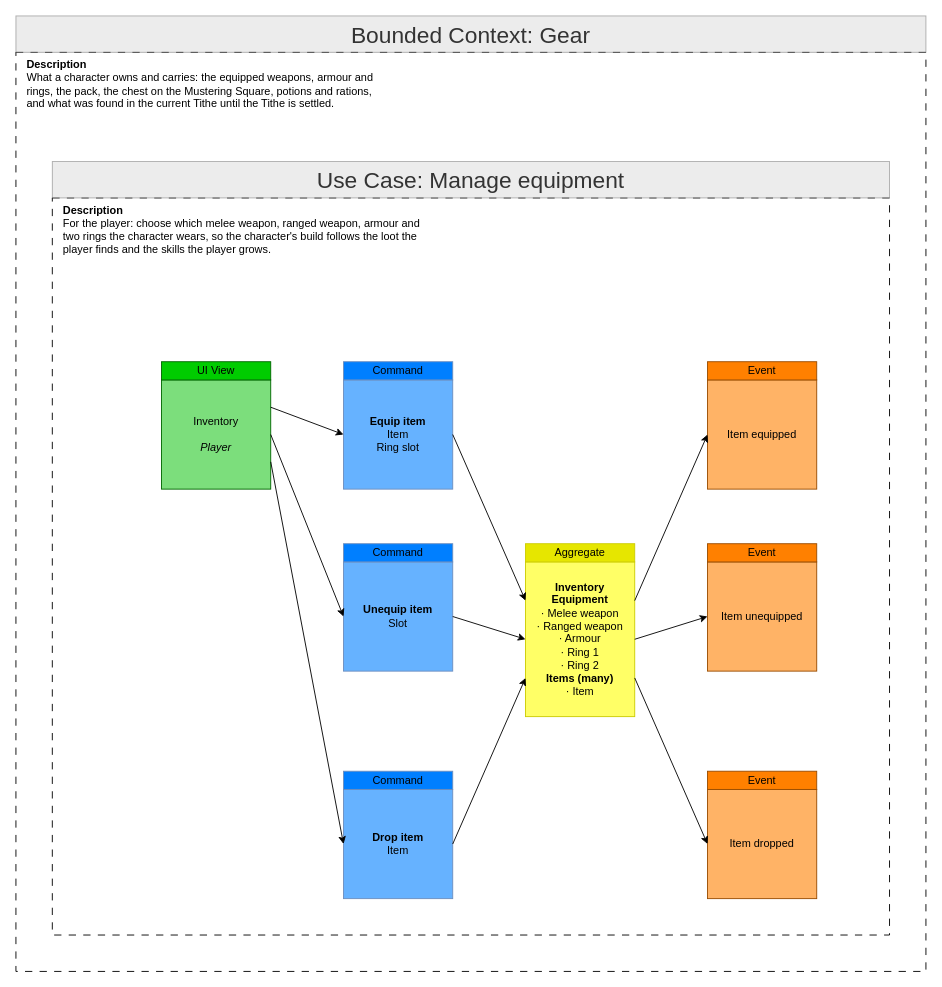
Before: ProductOwner/contexts/gear/models/Feature-007-manage-equipment.drawio in tokeboisen/themaw, a draw.io diagram. Source tidied: cells renumbered, new cells numbered last; positions are measured from the earlier drawing's top-left corner, leaving out a move shared by most shapes. Both pictures are drawn from the tidied source at 91%, with x=0, y=0 at pixel (15, 15).
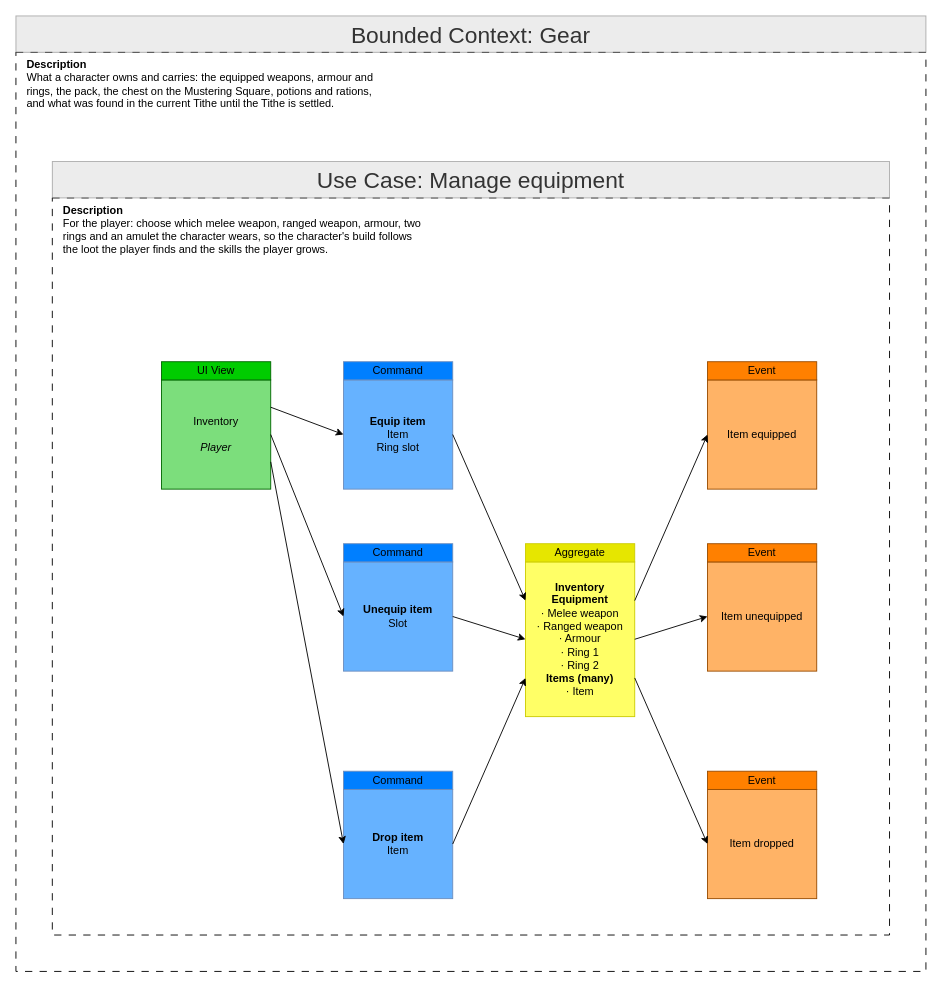
The same page after the edit.

What changed in the source:
```diff
@@
-    <mxCell id="7" value="&lt;div&gt;&lt;b&gt;Description&lt;/b&gt;&lt;/div&gt;For the player: choose which melee weapon, ranged weapon, armour and two rings the character wears, so the character's build follows the loot the player finds and the skills the player grows." style="text;html=1;whiteSpace=wrap;overflow=hidden;rounded=0;strokeColor=none;fillColor=none;align=left;verticalAlign=top;" parent="1" vertex="1">
+    <mxCell id="7" value="&lt;div&gt;&lt;b&gt;Description&lt;/b&gt;&lt;/div&gt;For the player: choose which melee weapon, ranged weapon, armour, two rings and an amulet the character wears, so the character's build follows the loot the player finds and the skills the player grows." style="text;html=1;whiteSpace=wrap;overflow=hidden;rounded=0;strokeColor=none;fillColor=none;align=left;verticalAlign=top;" parent="1" vertex="1">
       <mxGeometry x="50" y="200" width="400" height="140" as="geometry" />
     </mxCell>
```
